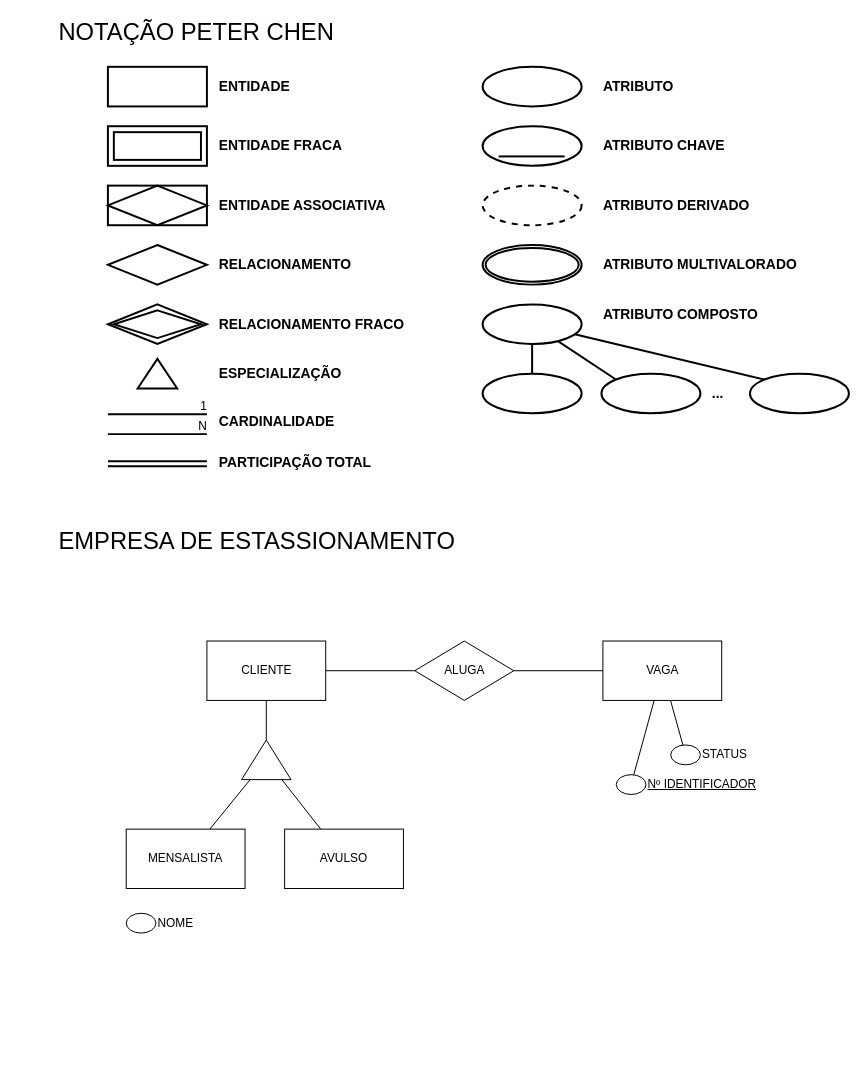
The draw.io diagram Estassionamento.drawio in AxlNuke/mdc053, before the edit. Source tidied: cells renumbered, new cells numbered last; positions are measured from the earlier drawing's top-left corner, leaving out a move shared by most shapes. Both pictures are drawn from the tidied source at 99%, with x=0, y=0 at pixel (56, 17).
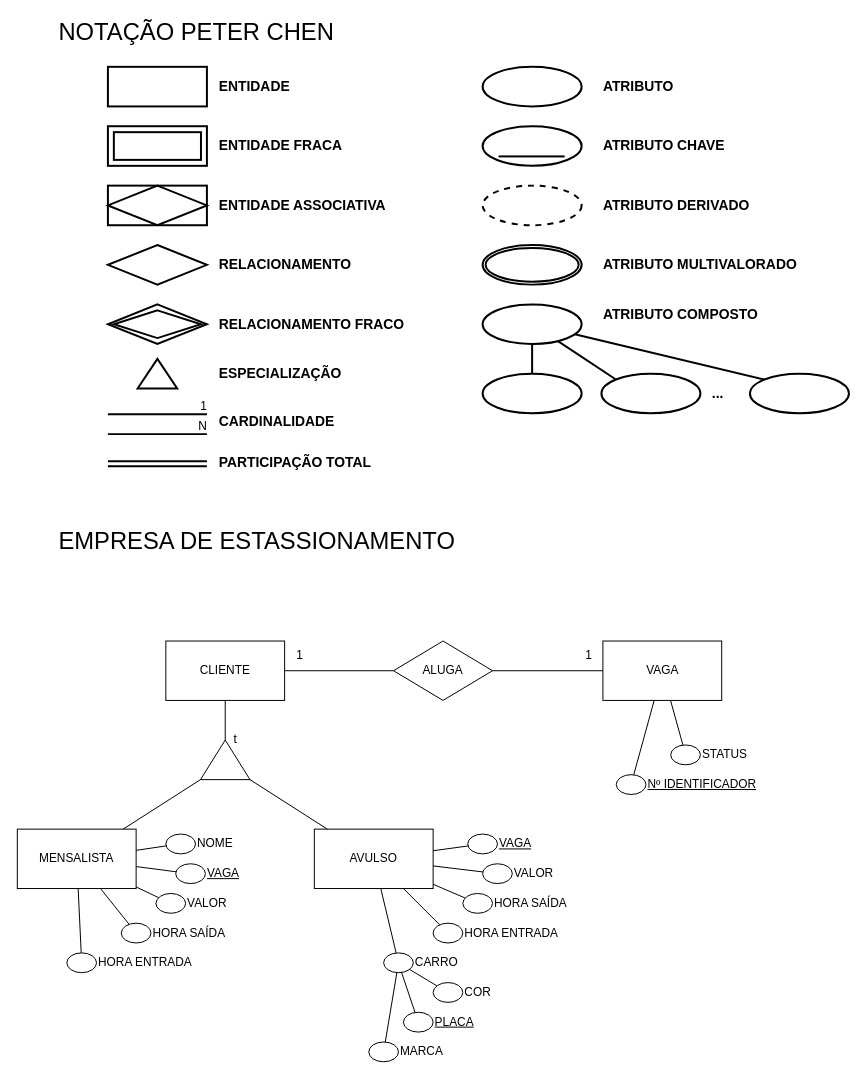
After the change.

The change refers to these unchanged cells:
```xml
<mxCell id="60" style="ellipse;whiteSpace=wrap;html=1;align=center;" parent="59" vertex="1">
  <mxGeometry y="5" width="30" height="20" as="geometry" />
</mxCell>
```

Change to the diagram source:
```diff
@@
     <mxCell id="41" value="ALUGA" style="rhombus;whiteSpace=wrap;html=1;" parent="1" vertex="1">
-      <mxGeometry x="361.5" y="630" width="100" height="60" as="geometry" />
+      <mxGeometry x="340" y="630" width="100" height="60" as="geometry" />
     </mxCell>
     <mxCell id="42" value="CLIENTE" style="whiteSpace=wrap;html=1;" parent="1" vertex="1">
-      <mxGeometry x="151.5" y="630" width="120" height="60" as="geometry" />
+      <mxGeometry x="110" y="630" width="120" height="60" as="geometry" />
     </mxCell>
     <mxCell id="43" value="AVULSO" style="whiteSpace=wrap;html=1;" parent="1" vertex="1">
-      <mxGeometry x="230" y="820" width="120" height="60" as="geometry" />
+      <mxGeometry x="260" y="820" width="120" height="60" as="geometry" />
     </mxCell>
     <mxCell id="44" value="MENSALISTA" style="whiteSpace=wrap;html=1;" parent="1" vertex="1">
-      <mxGeometry x="70" y="820" width="120" height="60" as="geometry" />
+      <mxGeometry x="-40" y="820" width="120" height="60" as="geometry" />
     </mxCell>
     <mxCell id="45" style="verticalLabelPosition=bottom;verticalAlign=top;html=1;shape=mxgraph.basic.acute_triangle;dx=0.5;" parent="1" vertex="1">
-      <mxGeometry x="186.5" y="730" width="50" height="40" as="geometry" />
+      <mxGeometry x="145" y="730" width="50" height="40" as="geometry" />
     </mxCell>
-    <mxCell id="46" style="endArrow=none;html=1;rounded=0;" parent="1" edge="1" source="45" target="42">
+    <mxCell id="46" style="endArrow=none;html=1;rounded=0;exitX=0;exitY=0;exitDx=25;exitDy=0;exitPerimeter=0;" parent="1" edge="1" source="45" target="42">
       <mxGeometry relative="1" as="geometry" />
     </mxCell>
-    <mxCell id="47" style="endArrow=none;html=1;rounded=0;" parent="1" edge="1" source="45" target="44">
+    <mxCell id="47" style="endArrow=none;html=1;rounded=0;exitX=0;exitY=1;exitDx=0;exitDy=0;exitPerimeter=0;" parent="1" edge="1" source="45" target="44">
       <mxGeometry relative="1" as="geometry" />
     </mxCell>
-    <mxCell id="48" style="endArrow=none;html=1;rounded=0;" parent="1" edge="1" source="45" target="43">
+    <mxCell id="48" style="endArrow=none;html=1;rounded=0;exitX=1;exitY=1;exitDx=0;exitDy=0;exitPerimeter=0;" parent="1" edge="1" source="45" target="43">
       <mxGeometry relative="1" as="geometry" />
     </mxCell>
@@
     <mxCell id="59" style="group;" parent="1" vertex="1">
-      <mxGeometry x="70" y="900" width="90" height="30" as="geometry" />
+      <mxGeometry x="110" y="820" width="90" height="30" as="geometry" />
     </mxCell>
@@
+    <mxCell id="62" style="group;" parent="1" vertex="1">
+      <mxGeometry x="120" y="850" width="90" height="30" as="geometry" />
+    </mxCell>
+    <mxCell id="63" style="ellipse;whiteSpace=wrap;html=1;align=center;" parent="62" vertex="1">
+      <mxGeometry y="5" width="30" height="20" as="geometry" />
+    </mxCell>
+    <mxCell id="64" value="&lt;u&gt;VAGA&lt;/u&gt;" style="text;html=1;align=left;verticalAlign=middle;strokeColor=none;fillColor=none;" parent="62" vertex="1">
+      <mxGeometry x="30" width="60" height="30" as="geometry" />
+    </mxCell>
+    <mxCell id="65" style="group;" parent="1" vertex="1">
+      <mxGeometry x="10" y="940" width="150" height="30" as="geometry" />
+    </mxCell>
+    <mxCell id="66" style="ellipse;whiteSpace=wrap;html=1;align=center;" parent="65" vertex="1">
+      <mxGeometry y="5" width="30" height="20" as="geometry" />
+    </mxCell>
+    <mxCell id="67" value="HORA ENTRADA" style="text;html=1;align=left;verticalAlign=middle;strokeColor=none;fillColor=none;" parent="65" vertex="1">
+      <mxGeometry x="30" width="120" height="30" as="geometry" />
+    </mxCell>
+    <mxCell id="68" style="group;" parent="1" vertex="1">
+      <mxGeometry x="65" y="910" width="130" height="30" as="geometry" />
+    </mxCell>
+    <mxCell id="69" style="ellipse;whiteSpace=wrap;html=1;align=center;" parent="68" vertex="1">
+      <mxGeometry y="5" width="30" height="20" as="geometry" />
+    </mxCell>
+    <mxCell id="70" value="HORA SAÍDA" style="text;html=1;align=left;verticalAlign=middle;strokeColor=none;fillColor=none;" parent="68" vertex="1">
+      <mxGeometry x="30" width="100" height="30" as="geometry" />
+    </mxCell>
+    <mxCell id="71" style="group;" parent="1" vertex="1">
+      <mxGeometry x="100" y="880" width="90" height="30" as="geometry" />
+    </mxCell>
+    <mxCell id="72" style="ellipse;whiteSpace=wrap;html=1;align=center;" parent="71" vertex="1">
+      <mxGeometry y="5" width="30" height="20" as="geometry" />
+    </mxCell>
+    <mxCell id="73" value="VALOR" style="text;html=1;align=left;verticalAlign=middle;strokeColor=none;fillColor=none;" parent="71" vertex="1">
+      <mxGeometry x="30" width="60" height="30" as="geometry" />
+    </mxCell>
+    <mxCell id="74" value="t" style="text;html=1;align=center;verticalAlign=middle;strokeColor=none;fillColor=none;" parent="1" vertex="1">
+      <mxGeometry x="165" y="715" width="30" height="30" as="geometry" />
+    </mxCell>
+    <mxCell id="75" value="1" style="text;html=1;align=center;verticalAlign=middle;strokeColor=none;fillColor=none;" parent="1" vertex="1">
+      <mxGeometry x="521.5" y="630" width="30" height="30" as="geometry" />
+    </mxCell>
+    <mxCell id="76" value="1" style="text;html=1;align=center;verticalAlign=middle;strokeColor=none;fillColor=none;" parent="1" vertex="1">
+      <mxGeometry x="230" y="630" width="30" height="30" as="geometry" />
+    </mxCell>
+    <mxCell id="77" style="endArrow=none;html=1;rounded=0;" parent="1" edge="1" source="44" target="63">
+      <mxGeometry relative="1" as="geometry" />
+    </mxCell>
+    <mxCell id="78" style="endArrow=none;html=1;rounded=0;" parent="1" edge="1" source="60" target="44">
+      <mxGeometry relative="1" as="geometry" />
+    </mxCell>
+    <mxCell id="79" style="endArrow=none;html=1;rounded=0;" parent="1" edge="1" source="44" target="72">
+      <mxGeometry relative="1" as="geometry" />
+    </mxCell>
+    <mxCell id="80" style="endArrow=none;html=1;rounded=0;" parent="1" edge="1" source="44" target="69">
+      <mxGeometry relative="1" as="geometry" />
+    </mxCell>
+    <mxCell id="81" style="endArrow=none;html=1;rounded=0;" parent="1" edge="1" source="44" target="66">
+      <mxGeometry relative="1" as="geometry" />
+    </mxCell>
+    <mxCell id="82" style="group;" parent="1" vertex="1">
+      <mxGeometry x="415" y="820" width="90" height="30" as="geometry" />
+    </mxCell>
+    <mxCell id="83" style="ellipse;whiteSpace=wrap;html=1;align=center;" parent="82" vertex="1">
+      <mxGeometry y="5" width="30" height="20" as="geometry" />
+    </mxCell>
+    <mxCell id="84" value="&lt;u&gt;VAGA&lt;/u&gt;" style="text;html=1;align=left;verticalAlign=middle;strokeColor=none;fillColor=none;" parent="82" vertex="1">
+      <mxGeometry x="30" width="60" height="30" as="geometry" />
+    </mxCell>
+    <mxCell id="85" style="group;" parent="1" vertex="1">
+      <mxGeometry x="380" y="910" width="150" height="30" as="geometry" />
+    </mxCell>
+    <mxCell id="86" style="ellipse;whiteSpace=wrap;html=1;align=center;" parent="85" vertex="1">
+      <mxGeometry y="5" width="30" height="20" as="geometry" />
+    </mxCell>
+    <mxCell id="87" value="HORA ENTRADA" style="text;html=1;align=left;verticalAlign=middle;strokeColor=none;fillColor=none;" parent="85" vertex="1">
+      <mxGeometry x="30" width="120" height="30" as="geometry" />
+    </mxCell>
+    <mxCell id="88" style="group;" parent="1" vertex="1">
+      <mxGeometry x="410" y="880" width="130" height="30" as="geometry" />
+    </mxCell>
+    <mxCell id="89" style="ellipse;whiteSpace=wrap;html=1;align=center;" parent="88" vertex="1">
+      <mxGeometry y="5" width="30" height="20" as="geometry" />
+    </mxCell>
+    <mxCell id="90" value="HORA SAÍDA" style="text;html=1;align=left;verticalAlign=middle;strokeColor=none;fillColor=none;" parent="88" vertex="1">
+      <mxGeometry x="30" width="100" height="30" as="geometry" />
+    </mxCell>
+    <mxCell id="91" style="group;" parent="1" vertex="1">
+      <mxGeometry x="430" y="850" width="90" height="30" as="geometry" />
+    </mxCell>
+    <mxCell id="92" style="ellipse;whiteSpace=wrap;html=1;align=center;" parent="91" vertex="1">
+      <mxGeometry y="5" width="30" height="20" as="geometry" />
+    </mxCell>
+    <mxCell id="93" value="VALOR" style="text;html=1;align=left;verticalAlign=middle;strokeColor=none;fillColor=none;" parent="91" vertex="1">
+      <mxGeometry x="30" width="60" height="30" as="geometry" />
+    </mxCell>
+    <mxCell id="94" style="endArrow=none;html=1;rounded=0;" parent="1" edge="1" source="43" target="83">
+      <mxGeometry relative="1" as="geometry" />
+    </mxCell>
+    <mxCell id="95" style="endArrow=none;html=1;rounded=0;" parent="1" edge="1" source="43" target="92">
+      <mxGeometry relative="1" as="geometry" />
+    </mxCell>
+    <mxCell id="96" style="endArrow=none;html=1;rounded=0;" parent="1" edge="1" source="43" target="89">
+      <mxGeometry relative="1" as="geometry" />
+    </mxCell>
+    <mxCell id="97" style="endArrow=none;html=1;rounded=0;" parent="1" edge="1" source="43" target="86">
+      <mxGeometry relative="1" as="geometry" />
+    </mxCell>
+    <mxCell id="98" style="group;" parent="1" vertex="1">
+      <mxGeometry x="330" y="940" width="100" height="30" as="geometry" />
+    </mxCell>
+    <mxCell id="99" style="ellipse;whiteSpace=wrap;html=1;align=center;" parent="98" vertex="1">
+      <mxGeometry y="5" width="30" height="20" as="geometry" />
+    </mxCell>
+    <mxCell id="100" value="CARRO" style="text;html=1;align=left;verticalAlign=middle;strokeColor=none;fillColor=none;" parent="98" vertex="1">
+      <mxGeometry x="30" width="70" height="30" as="geometry" />
+    </mxCell>
+    <mxCell id="101" style="group;" parent="1" vertex="1">
+      <mxGeometry x="350" y="1000" width="90" height="30" as="geometry" />
+    </mxCell>
+    <mxCell id="102" style="ellipse;whiteSpace=wrap;html=1;align=center;" parent="101" vertex="1">
+      <mxGeometry y="5" width="30" height="20" as="geometry" />
+    </mxCell>
+    <mxCell id="103" value="&lt;u&gt;PLACA&lt;/u&gt;" style="text;html=1;align=left;verticalAlign=middle;strokeColor=none;fillColor=none;" parent="101" vertex="1">
+      <mxGeometry x="30" width="60" height="30" as="geometry" />
+    </mxCell>
+    <mxCell id="104" style="group;" parent="1" vertex="1">
+      <mxGeometry x="380" y="970" width="100" height="30" as="geometry" />
+    </mxCell>
+    <mxCell id="105" style="ellipse;whiteSpace=wrap;html=1;align=center;" parent="104" vertex="1">
+      <mxGeometry y="5" width="30" height="20" as="geometry" />
+    </mxCell>
+    <mxCell id="106" value="COR" style="text;html=1;align=left;verticalAlign=middle;strokeColor=none;fillColor=none;" parent="104" vertex="1">
+      <mxGeometry x="30" width="50" height="30" as="geometry" />
+    </mxCell>
+    <mxCell id="107" style="endArrow=none;html=1;rounded=0;" parent="1" edge="1" source="43" target="99">
+      <mxGeometry relative="1" as="geometry" />
+    </mxCell>
+    <mxCell id="108" style="endArrow=none;html=1;rounded=0;" parent="1" edge="1" source="99" target="102">
+      <mxGeometry relative="1" as="geometry" />
+    </mxCell>
+    <mxCell id="109" style="endArrow=none;html=1;rounded=0;" parent="1" edge="1" source="99" target="105">
+      <mxGeometry relative="1" as="geometry" />
+    </mxCell>
+    <mxCell id="110" style="endArrow=none;html=1;rounded=0;" parent="1" edge="1" source="99" target="112">
+      <mxGeometry relative="1" as="geometry" />
+    </mxCell>
+    <mxCell id="111" style="group;" parent="1" vertex="1">
+      <mxGeometry x="315" y="1030" width="100" height="30" as="geometry" />
+    </mxCell>
+    <mxCell id="112" style="ellipse;whiteSpace=wrap;html=1;align=center;" parent="111" vertex="1">
+      <mxGeometry y="5" width="30" height="20" as="geometry" />
+    </mxCell>
+    <mxCell id="113" value="MARCA" style="text;html=1;align=left;verticalAlign=middle;strokeColor=none;fillColor=none;" parent="111" vertex="1">
+      <mxGeometry x="30" width="70" height="30" as="geometry" />
+    </mxCell>
```
